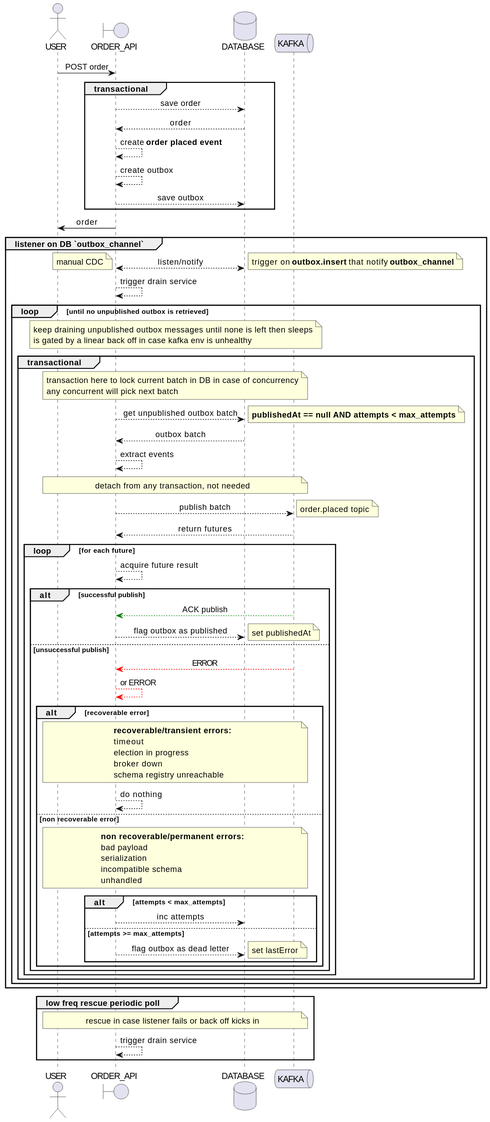
Above: docs/order_api_seq.svg in 7mza/kafka-demo (PlantUML), before the change.
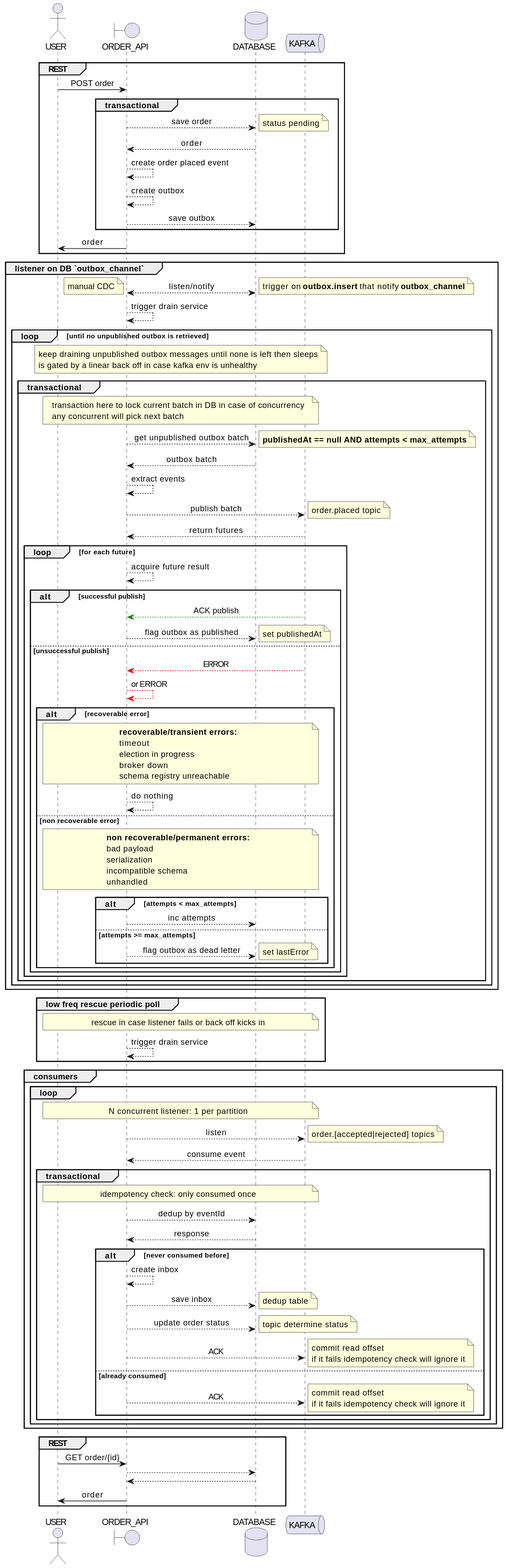
Above is the later version.

Change to the diagram source:
```diff
@@ -6,15 +6,18 @@
 database DATABASE as DB
 queue KAFKA as K
 
-U -> API: POST order
-group transactional
-    API --> DB: save order
-    DB --> API: order
-    API --> API: create **order placed event**
-    API --> API: create outbox
-    API --> DB: save outbox
+group REST
+    U -> API: POST order
+    group transactional
+        API --> DB: save order
+        note right: status pending
+        DB --> API: order
+        API --> API: create order placed event
+        API --> API: create outbox
+        API --> DB: save outbox
+    end
+    API -> U: order
 end
-API -> U: order
 
 group listener on DB `outbox_channel`
     API <--> DB: listen/notify
@@ -29,7 +32,6 @@
             note right: **publishedAt == null AND attempts < max_attempts**
             DB --> API: outbox batch
             API --> API: extract events
-            note across: detach from any transaction, not needed
             API --> K: publish batch
             note right: order.placed topic
             K --> API: return futures
@@ -76,4 +78,37 @@
     note across: rescue in case listener fails or back off kicks in
     API --> API: trigger drain service
 end
+
+group consumers
+    loop
+        note across: N concurrent listener: 1 per partition
+        API --> K: listen
+        note right: order.[accepted|rejected] topics
+        K --> API: consume event
+        group transactional
+            note across: idempotency check: only consumed once
+            API --> DB: dedup by eventId
+            DB --> API: response
+            alt never consumed before
+                API --> API: create inbox
+                API --> DB: save inbox
+                note right: dedup table
+                API --> DB: update order status
+                note right: topic determine status
+                API --> K: ACK
+                note right: commit read offset\nif it fails idempotency check will ignore it
+            else already consumed
+                API --> K: ACK
+                note right: commit read offset\nif it fails idempotency check will ignore it
+            end
+        end
+    end
+end
+
+group REST
+    U -> API: GET order/{id}
+    API --> DB
+    DB --> API
+    API -> U: order
+end
 @enduml
```
